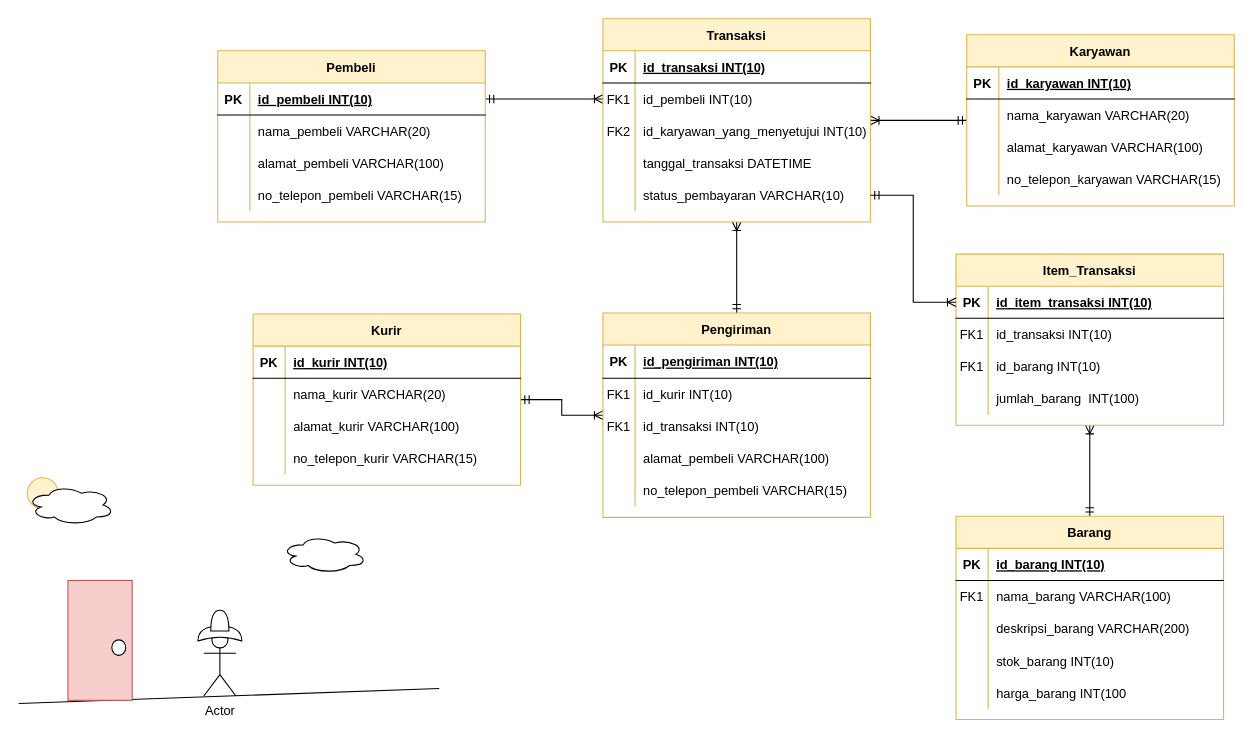
Before: Pertemuan6/Untitled Diagram.drawio in NormalikaShandi/IF214002, a draw.io diagram. Source tidied: cells renumbered, new cells numbered last; positions are measured from the earlier drawing's top-left corner, leaving out a move shared by most shapes. Both pictures are drawn from the tidied source at 107%, with x=0, y=0 at pixel (18, 18).
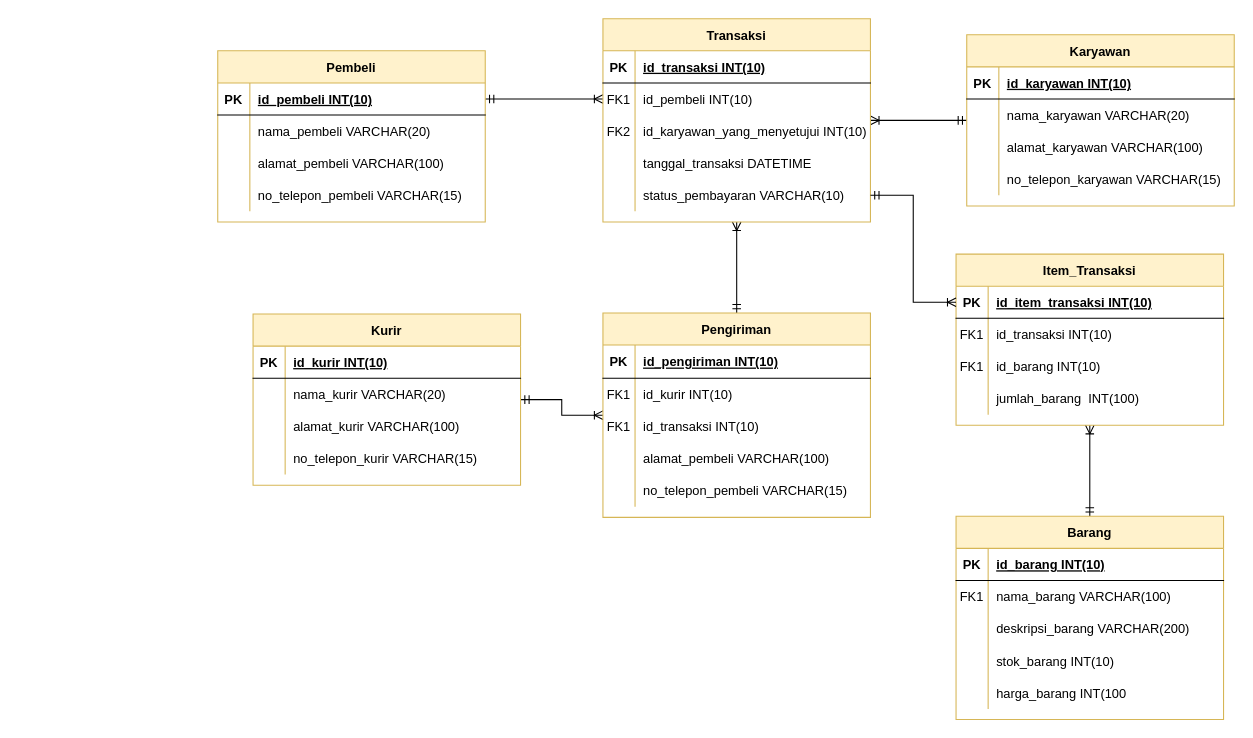
After the change.

The edit, as a diff of the source:
```diff
@@
-    <mxCell id="108" value="Actor" style="shape=umlActor;verticalLabelPosition=bottom;verticalAlign=top;html=1;" parent="1" vertex="1">
-      <mxGeometry x="173" y="573" width="30" height="60" as="geometry" />
-    </mxCell>
-    <mxCell id="109" style="shape=xor;whiteSpace=wrap;html=1;rotation=-90;" parent="1" vertex="1">
-      <mxGeometry x="181" y="554" width="14" height="41" as="geometry" />
-    </mxCell>
-    <mxCell id="110" style="shape=or;whiteSpace=wrap;html=1;rotation=-90;" parent="1" vertex="1">
-      <mxGeometry x="178.2" y="554" width="19.5" height="17" as="geometry" />
-    </mxCell>
-    <mxCell id="111" style="ellipse;whiteSpace=wrap;html=1;fillColor=#fff2cc;strokeColor=#d6b656;" parent="1" vertex="1">
-      <mxGeometry x="8" y="429" width="29" height="29" as="geometry" />
-    </mxCell>
-    <mxCell id="112" style="ellipse;shape=cloud;whiteSpace=wrap;html=1;" parent="1" vertex="1">
-      <mxGeometry x="8" y="436" width="81" height="37" as="geometry" />
-    </mxCell>
-    <mxCell id="113" style="ellipse;shape=cloud;whiteSpace=wrap;html=1;" parent="1" vertex="1">
-      <mxGeometry x="246" y="483" width="79" height="35" as="geometry" />
-    </mxCell>
-    <mxCell id="114" style="endArrow=none;html=1;rounded=0;" parent="1" edge="1">
-      <mxGeometry relative="1" as="geometry">
-        <mxPoint y="640" as="sourcePoint" />
-        <mxPoint x="393" y="626" as="targetPoint" />
-      </mxGeometry>
-    </mxCell>
-    <mxCell id="115" style="rounded=0;whiteSpace=wrap;html=1;rotation=90;fillColor=#f8cecc;strokeColor=#b85450;" parent="1" vertex="1">
-      <mxGeometry x="20" y="551" width="112" height="60" as="geometry" />
-    </mxCell>
-    <mxCell id="116" style="ellipse;whiteSpace=wrap;html=1;" parent="1" vertex="1">
-      <mxGeometry x="87" y="580.5" width="13" height="14.5" as="geometry" />
-    </mxCell>
```
